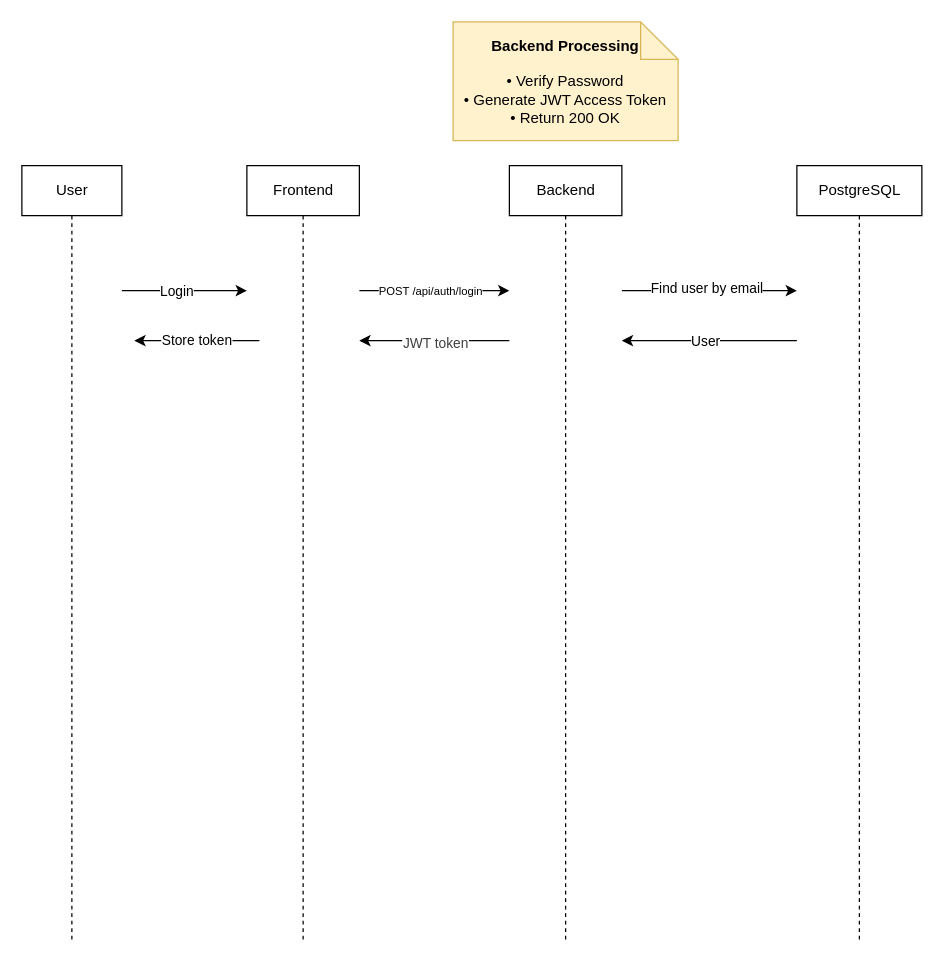
This is diagrams/sequence/authentication.drawio from sam-amirpoor/pulsewatch, a draw.io file, before an edit. Source tidied: cells renumbered, new cells numbered last; positions are measured from the earlier drawing's top-left corner, leaving out a move shared by most shapes. Both pictures are drawn from the tidied source at 125%, with x=0, y=0 at pixel (21, 21).
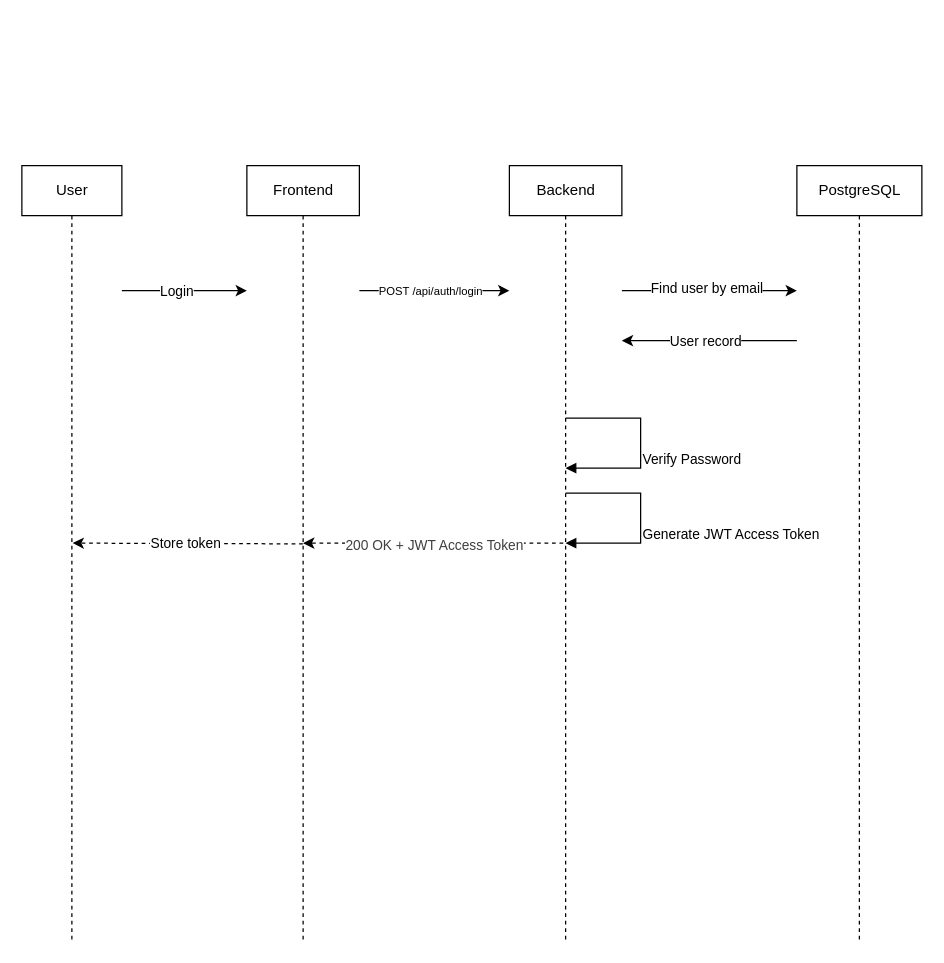
After the change.

Commit message:
fix: fix authentication digram bugs

The change refers to these unchanged cells:
```xml
<mxCell id="15" style="edgeStyle=none;html=1;startArrow=none;startFill=0;" parent="1" edge="1">
  <mxGeometry relative="1" as="geometry">
    <mxPoint x="620" y="255" as="sourcePoint" />
    <mxPoint x="480" y="255" as="targetPoint" />
  </mxGeometry>
</mxCell>
```

Change to the diagram source:
```diff
@@
-    <mxCell id="7" style="edgeStyle=none;html=1;" parent="1" edge="1">
+    <mxCell id="7" style="edgeStyle=none;html=1;exitX=0.498;exitY=0.391;exitDx=0;exitDy=0;exitPerimeter=0;entryX=0.507;entryY=0.39;entryDx=0;entryDy=0;entryPerimeter=0;dashed=1;" parent="1" edge="1">
       <mxGeometry relative="1" as="geometry">
-        <mxPoint x="190" y="255" as="sourcePoint" />
-        <mxPoint x="90" y="255" as="targetPoint" />
+        <mxPoint x="224.8" y="417.6" as="sourcePoint" />
+        <mxPoint x="40.6" y="417" as="targetPoint" />
       </mxGeometry>
     </mxCell>
@@
-    <mxCell id="12" style="edgeStyle=none;html=1;" parent="1" edge="1">
+    <mxCell id="12" style="edgeStyle=none;html=1;entryX=0.5;entryY=0.228;entryDx=0;entryDy=0;entryPerimeter=0;exitX=0.479;exitY=0.228;exitDx=0;exitDy=0;exitPerimeter=0;dashed=1;" parent="1" edge="1">
       <mxGeometry relative="1" as="geometry">
-        <mxPoint x="390" y="255" as="sourcePoint" />
-        <mxPoint x="270" y="255" as="targetPoint" />
+        <mxPoint x="433.1" y="417" as="sourcePoint" />
+        <mxPoint x="225" y="417" as="targetPoint" />
       </mxGeometry>
     </mxCell>
-    <mxCell id="13" value="&lt;span style=&quot;background-color: light-dark(#ffffff, var(--ge-dark-color, #121212)); color: rgb(63, 63, 63);&quot;&gt;JWT token&lt;/span&gt;" style="edgeLabel;html=1;align=center;verticalAlign=middle;" parent="12" vertex="1">
+    <mxCell id="13" value="&lt;span style=&quot;background-color: light-dark(#ffffff, var(--ge-dark-color, #121212)); color: rgb(63, 63, 63);&quot;&gt;200 OK + JWT Access Token&lt;/span&gt;" style="edgeLabel;html=1;align=center;verticalAlign=middle;fontSize=11;" parent="12" vertex="1">
       <mxGeometry y="1" relative="1" as="geometry" />
     </mxCell>
@@
-    <mxCell id="16" value="User" style="edgeLabel;html=1;align=center;verticalAlign=middle;" parent="15" vertex="1">
+    <mxCell id="16" value="User record" style="edgeLabel;html=1;align=center;verticalAlign=middle;" parent="15" vertex="1">
       <mxGeometry x="0.05" relative="1" as="geometry" />
     </mxCell>
@@
-    <mxCell id="18" value="&lt;b&gt;Backend Processing&lt;/b&gt;&lt;br&gt;&lt;br&gt;• Verify Password&lt;br&gt;• Generate JWT Access Token&lt;br&gt;• Return 200 OK" style="shape=note;whiteSpace=wrap;html=1;fillColor=#fff2cc;strokeColor=#d6b656;fontSize=12;" parent="1" vertex="1">
-      <mxGeometry x="345" width="180" height="95" as="geometry" />
-    </mxCell>
+    <mxCell id="19" style="edgeStyle=orthogonalEdgeStyle;rounded=0;orthogonalLoop=1;jettySize=auto;html=1;endArrow=block;endFill=1;" parent="1" edge="1">
+      <mxGeometry relative="1" as="geometry">
+        <mxPoint x="435" y="317" as="sourcePoint" />
+        <mxPoint x="435" y="357" as="targetPoint" />
+        <Array as="points">
+          <mxPoint x="495" y="317" />
+          <mxPoint x="495" y="357" />
+        </Array>
+      </mxGeometry>
+    </mxCell>
+    <mxCell id="20" value="Verify Password" style="edgeLabel;html=1;" parent="19" vertex="1">
+      <mxGeometry relative="1" as="geometry" />
+    </mxCell>
+    <mxCell id="21" style="edgeStyle=orthogonalEdgeStyle;rounded=0;orthogonalLoop=1;jettySize=auto;html=1;endArrow=block;endFill=1;" parent="1" edge="1">
+      <mxGeometry relative="1" as="geometry">
+        <mxPoint x="435" y="377" as="sourcePoint" />
+        <mxPoint x="435" y="417" as="targetPoint" />
+        <Array as="points">
+          <mxPoint x="495" y="377" />
+          <mxPoint x="495" y="417" />
+        </Array>
+      </mxGeometry>
+    </mxCell>
+    <mxCell id="22" value="Generate JWT Access Token" style="edgeLabel;html=1;" parent="21" vertex="1">
+      <mxGeometry relative="1" as="geometry" />
+    </mxCell>
```
